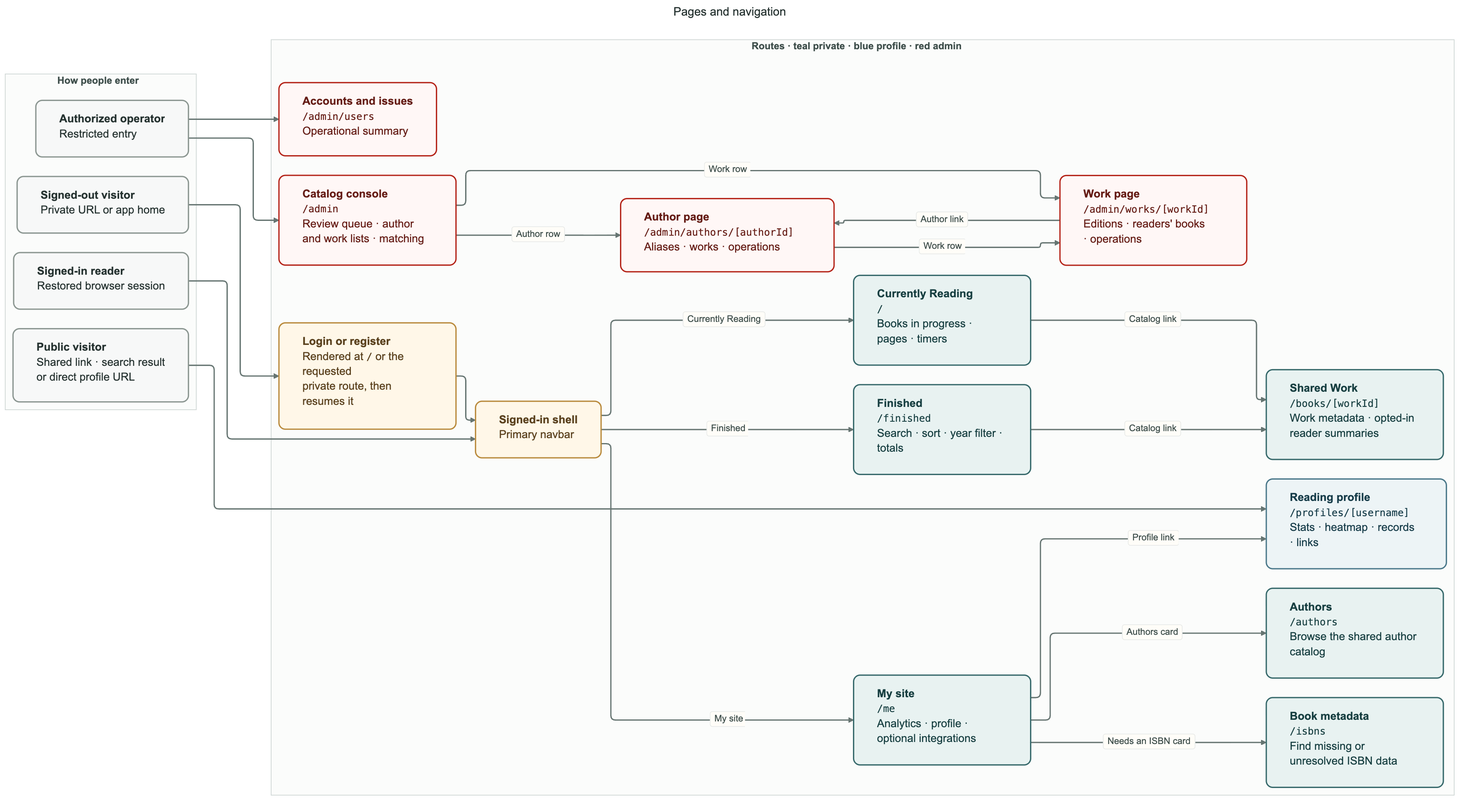
ankile/book-tracker keeps this Mermaid diagram as docs/architecture/site-functionality.png. Above is the earlier version. Its source is kept beside it as docs/architecture/site-functionality.mmd.
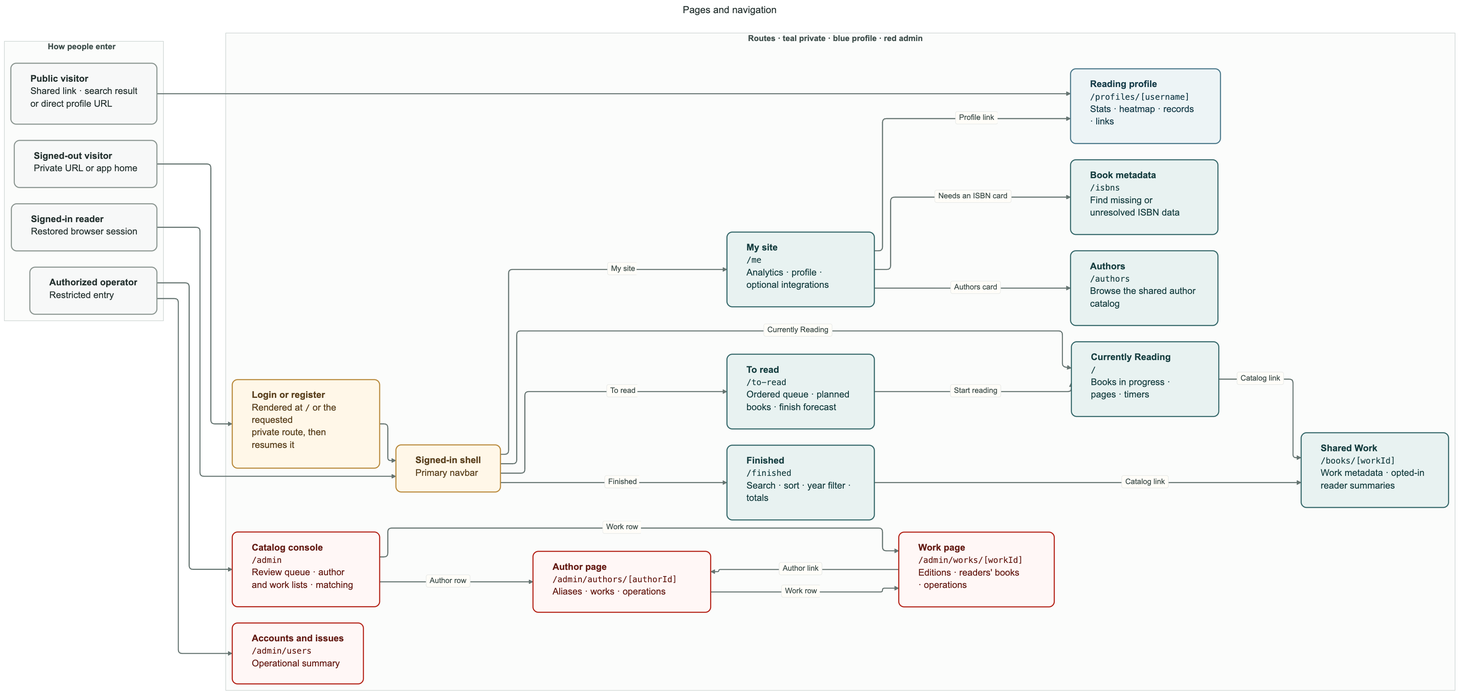
The same diagram one commit later.

What changed in the source:
```diff
@@ -3,7 +3,7 @@
 ---
 flowchart LR
   accTitle: Book Tracker pages and navigation
-  accDescr: Signed-in readers use the primary navigation for Currently Reading, Finished, and My site. My site links to Authors, Book metadata, and the reading profile. Catalog links open shared Work pages. Shared links and search results can enter the public profile directly. Authorized operators can open the restricted overview and the catalog console, whose lists open one page per work and per author. The separate route access matrix lists readers and writes for every page.
+  accDescr: Signed-in readers use the primary navigation for Currently Reading, To read, Finished, and My site. To read orders the books in progress and the books planned next with expected finish dates. My site links to Authors, Book metadata, and the reading profile. Catalog links open shared Work pages. Shared links and search results can enter the public profile directly. Authorized operators can open the restricted overview and the catalog console, whose lists open one page per work and per author. The separate route access matrix lists readers and writes for every page.
 
   classDef person fill:#f7f8f8,stroke:#8b9691,color:#263331,stroke-width:2px;
   classDef gate fill:#fff7e8,stroke:#b98a3c,color:#5b421f,stroke-width:2px;
@@ -25,6 +25,7 @@
     shell["<b>Signed-in shell</b><br/>Primary navbar"]:::gate
 
     current["<b>Currently Reading</b><br/><code>/</code><br/>Books in progress · pages · timers"]:::page
+    toread["<b>To read</b><br/><code>/to-read</code><br/>Ordered queue · planned books · finish forecast"]:::page
     finished["<b>Finished</b><br/><code>/finished</code><br/>Search · sort · year filter · totals"]:::page
     me["<b>My site</b><br/><code>/me</code><br/>Analytics · profile · optional integrations"]:::page
 
@@ -49,7 +50,9 @@
   adminauthor -->|"Work row"| adminwork
 
   shell -->|"Currently Reading"| current
+  shell -->|"To read"| toread
   shell -->|"Finished"| finished
+  toread -->|"Start reading"| current
   shell -->|"My site"| me
   me -->|"Authors card"| authors
   me -->|"Needs an ISBN card"| isbns
```
